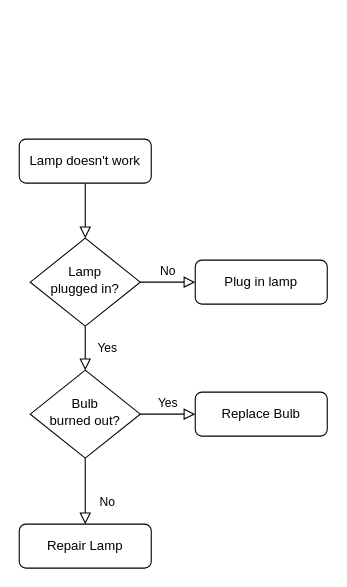
Above: Untitled Diagram.drawio in yagom-academy/swift-starter-Round1 (draw.io), before the change. Source tidied: cells renumbered, new cells numbered last; positions are measured from the earlier drawing's top-left corner, leaving out a move shared by most shapes. Both pictures are drawn from the tidied source at 110%, with x=0, y=0 at pixel (19, 139).
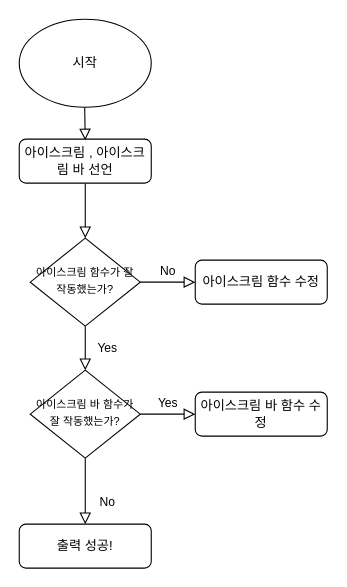
After the change.

What changed in the source:
```diff
@@
 <mxGraphModel>
   <root>
     <mxCell id="0" />
     <mxCell id="1" parent="0" />
     <mxCell id="2" style="rounded=0;html=1;jettySize=auto;fontSize=11;endArrow=block;endFill=0;endSize=8;strokeWidth=1;shadow=0;labelBackgroundColor=none;edgeStyle=orthogonalEdgeStyle;" parent="1" edge="1" source="3" target="6">
       <mxGeometry relative="1" as="geometry" />
     </mxCell>
-    <mxCell id="3" value="Lamp doesn't work" style="rounded=1;whiteSpace=wrap;html=1;fontSize=12;glass=0;strokeWidth=1;shadow=0;" parent="1" vertex="1">
+    <mxCell id="3" value="아이스크림 , 아이스크림 바 선언" style="rounded=1;whiteSpace=wrap;html=1;fontSize=12;glass=0;strokeWidth=1;shadow=0;" parent="1" vertex="1">
       <mxGeometry width="120" height="40" as="geometry" />
     </mxCell>
     <mxCell id="4" value="Yes" style="rounded=0;html=1;jettySize=auto;fontSize=11;endArrow=block;endFill=0;endSize=8;strokeWidth=1;shadow=0;labelBackgroundColor=none;edgeStyle=orthogonalEdgeStyle;" parent="1" edge="1" source="6" target="10">
       <mxGeometry y="20" relative="1" as="geometry" />
     </mxCell>
     <mxCell id="5" value="No" style="edgeStyle=orthogonalEdgeStyle;rounded=0;html=1;jettySize=auto;fontSize=11;endArrow=block;endFill=0;endSize=8;strokeWidth=1;shadow=0;labelBackgroundColor=none;" parent="1" edge="1" source="6" target="7">
       <mxGeometry y="10" relative="1" as="geometry" />
     </mxCell>
-    <mxCell id="6" value="Lamp&lt;br&gt;plugged in?" style="rhombus;whiteSpace=wrap;html=1;shadow=0;fontFamily=Helvetica;fontSize=12;align=center;strokeWidth=1;spacing=6;spacingTop=-4;" parent="1" vertex="1">
+    <mxCell id="6" value="&lt;font style=&quot;font-size: 10px&quot;&gt;아이스크림 함수가 잘 작동했는가?&lt;/font&gt;" style="rhombus;whiteSpace=wrap;html=1;shadow=0;fontFamily=Helvetica;fontSize=12;align=center;strokeWidth=1;spacing=6;spacingTop=-4;" parent="1" vertex="1">
       <mxGeometry x="10" y="90" width="100" height="80" as="geometry" />
     </mxCell>
-    <mxCell id="7" value="Plug in lamp" style="rounded=1;whiteSpace=wrap;html=1;fontSize=12;glass=0;strokeWidth=1;shadow=0;" parent="1" vertex="1">
+    <mxCell id="7" value="아이스크림 함수 수정" style="rounded=1;whiteSpace=wrap;html=1;fontSize=12;glass=0;strokeWidth=1;shadow=0;" parent="1" vertex="1">
       <mxGeometry x="160" y="110" width="120" height="40" as="geometry" />
     </mxCell>
     <mxCell id="8" value="No" style="rounded=0;html=1;jettySize=auto;fontSize=11;endArrow=block;endFill=0;endSize=8;strokeWidth=1;shadow=0;labelBackgroundColor=none;edgeStyle=orthogonalEdgeStyle;" parent="1" edge="1" source="10" target="11">
       <mxGeometry x="0.33" y="20" relative="1" as="geometry" />
     </mxCell>
     <mxCell id="9" value="Yes" style="edgeStyle=orthogonalEdgeStyle;rounded=0;html=1;jettySize=auto;fontSize=11;endArrow=block;endFill=0;endSize=8;strokeWidth=1;shadow=0;labelBackgroundColor=none;" parent="1" edge="1" source="10" target="12">
       <mxGeometry y="10" relative="1" as="geometry" />
     </mxCell>
-    <mxCell id="10" value="Bulb&lt;br&gt;burned out?" style="rhombus;whiteSpace=wrap;html=1;shadow=0;fontFamily=Helvetica;fontSize=12;align=center;strokeWidth=1;spacing=6;spacingTop=-4;" parent="1" vertex="1">
+    <mxCell id="10" value="&lt;font style=&quot;font-size: 10px&quot;&gt;아이스크림 바 함수가 잘 작동했는가?&lt;/font&gt;" style="rhombus;whiteSpace=wrap;html=1;shadow=0;fontFamily=Helvetica;fontSize=12;align=center;strokeWidth=1;spacing=6;spacingTop=-4;" parent="1" vertex="1">
       <mxGeometry x="10" y="210" width="100" height="80" as="geometry" />
     </mxCell>
-    <mxCell id="11" value="Repair Lamp" style="rounded=1;whiteSpace=wrap;html=1;fontSize=12;glass=0;strokeWidth=1;shadow=0;" parent="1" vertex="1">
+    <mxCell id="11" value="출력 성공!" style="rounded=1;whiteSpace=wrap;html=1;fontSize=12;glass=0;strokeWidth=1;shadow=0;" parent="1" vertex="1">
       <mxGeometry y="350" width="120" height="40" as="geometry" />
     </mxCell>
-    <mxCell id="12" value="Replace Bulb" style="rounded=1;whiteSpace=wrap;html=1;fontSize=12;glass=0;strokeWidth=1;shadow=0;" parent="1" vertex="1">
+    <mxCell id="12" value="아이스크림 바 함수 수정" style="rounded=1;whiteSpace=wrap;html=1;fontSize=12;glass=0;strokeWidth=1;shadow=0;" parent="1" vertex="1">
       <mxGeometry x="160" y="230" width="120" height="40" as="geometry" />
     </mxCell>
+    <mxCell id="13" value="시작&lt;br&gt;" style="ellipse;whiteSpace=wrap;html=1;" parent="1" vertex="1">
+      <mxGeometry y="-109" width="120" height="80" as="geometry" />
+    </mxCell>
+    <mxCell id="14" style="rounded=0;html=1;jettySize=auto;orthogonalLoop=1;fontSize=11;endArrow=block;endFill=0;endSize=8;strokeWidth=1;shadow=0;labelBackgroundColor=none;edgeStyle=orthogonalEdgeStyle;" parent="1" edge="1">
+      <mxGeometry relative="1" as="geometry">
+        <mxPoint x="59.5" y="-29" as="sourcePoint" />
+        <mxPoint x="60" y="1" as="targetPoint" />
+      </mxGeometry>
+    </mxCell>
   </root>
 </mxGraphModel>
```
